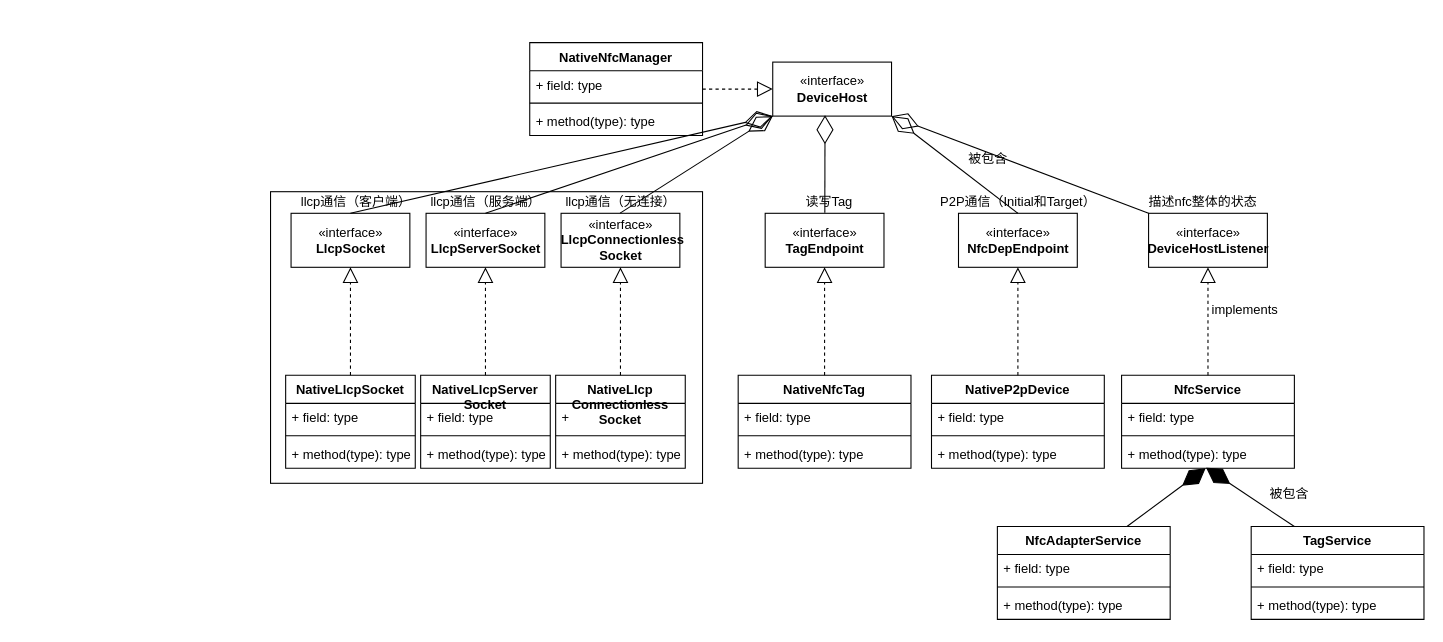
Before: NfcService类图.drawio in SuperSources/draw.io, a draw.io diagram. Source tidied: cells renumbered, new cells numbered last; positions are measured from the earlier drawing's top-left corner, leaving out a move shared by most shapes. Both pictures are drawn from the tidied source at 108%, with x=0, y=0 at pixel (270, 42).
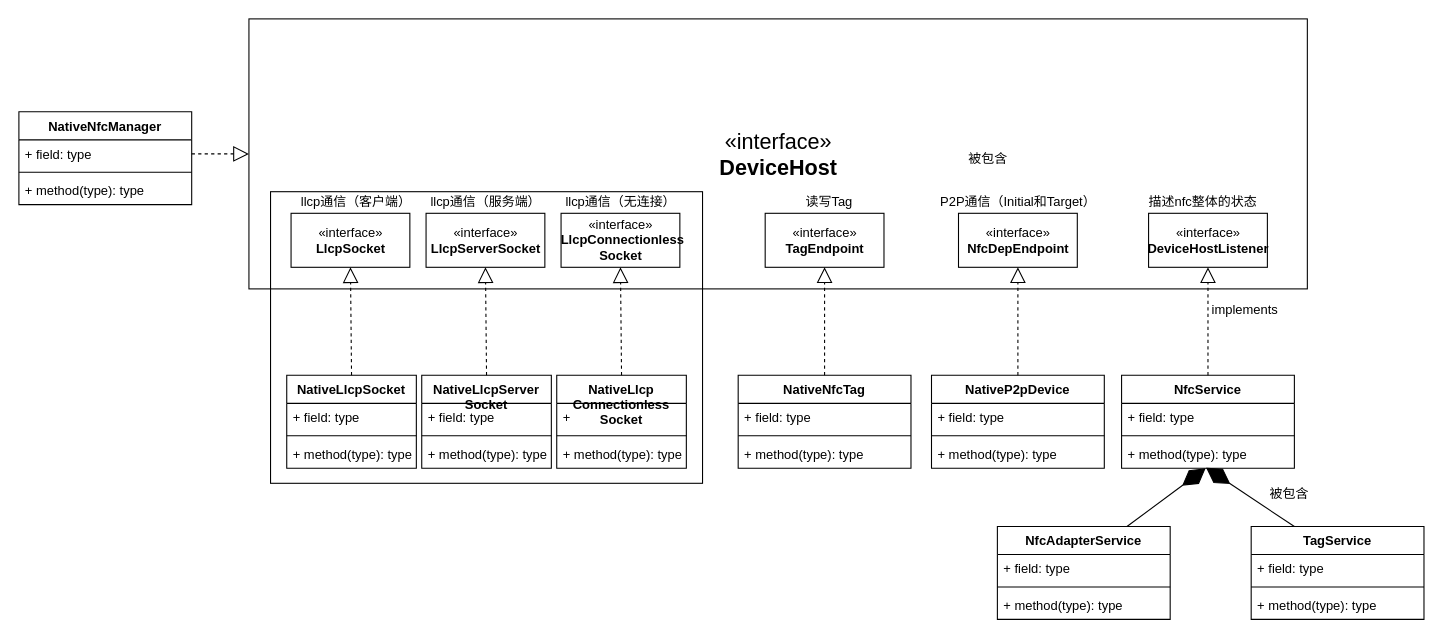
The same page after the edit.

The change refers to these unchanged cells:
```xml
<mxCell id="7" value="«interface»&lt;br&gt;&lt;b&gt;DeviceHostListener&lt;br&gt;&lt;/b&gt;" style="html=1;" parent="1" vertex="1">
  <mxGeometry x="813" y="158" width="110" height="50" as="geometry" />
</mxCell>
<mxCell id="13" value="+ field: type" style="text;strokeColor=none;fillColor=none;align=left;verticalAlign=top;spacingLeft=4;spacingRight=4;overflow=hidden;points=[[0,0.5],[1,0.5]];portConstraint=eastwest;" parent="12" vertex="1">
  <mxGeometry y="26" width="160" height="26" as="geometry" />
</mxCell>
<mxCell id="31" value="«interface»&lt;br&gt;&lt;b&gt;NfcDepEndpoint&lt;/b&gt;" style="html=1;" parent="1" vertex="1">
  <mxGeometry x="637" y="158" width="110" height="50" as="geometry" />
</mxCell>
<mxCell id="35" value="读写Tag" style="text;html=1;align=center;verticalAlign=middle;points=[];fillColor=none;strokeColor=none;rounded=0;" parent="1" vertex="1">
  <mxGeometry x="487" y="138" width="60" height="20" as="geometry" />
</mxCell>
<mxCell id="36" value="llcp通信（无连接）" style="text;html=1;align=center;verticalAlign=middle;points=[];fillColor=none;strokeColor=none;rounded=0;" parent="1" vertex="1">
  <mxGeometry x="264" y="138" width="120" height="20" as="geometry" />
</mxCell>
<mxCell id="49" value="«interface»&lt;br&gt;&lt;b&gt;LlcpServerSocket&lt;/b&gt;" style="html=1;" parent="1" vertex="1">
  <mxGeometry x="144" y="158" width="110" height="50" as="geometry" />
</mxCell>
<mxCell id="50" value="«interface»&lt;br&gt;&lt;b&gt;LlcpSocket&lt;/b&gt;" style="html=1;" parent="1" vertex="1">
  <mxGeometry x="19" y="158" width="110" height="50" as="geometry" />
</mxCell>
```

The edit, as a diff of the source:
```diff
@@
-    <mxCell id="10" value="«interface»&lt;br&gt;&lt;b&gt;DeviceHost&lt;/b&gt;" style="html=1;" parent="1" vertex="1">
-      <mxGeometry x="465" y="18" width="110" height="50" as="geometry" />
+    <mxCell id="10" value="&lt;font style=&quot;font-size: 20px&quot;&gt;«interface»&lt;br&gt;&lt;b&gt;DeviceHost&lt;/b&gt;&lt;/font&gt;" style="html=1;fillColor=none;" parent="1" vertex="1">
+      <mxGeometry x="-20" y="-22" width="980" height="250" as="geometry" />
     </mxCell>
@@
     <mxCell id="12" value="NativeNfcManager" style="swimlane;fontStyle=1;align=center;verticalAlign=top;horizontal=1;startSize=26;" parent="1" vertex="1">
-      <mxGeometry x="240" width="160" height="86" as="geometry" />
+      <mxGeometry x="-233" y="64" width="160" height="86" as="geometry" />
     </mxCell>
@@
-    <mxCell id="16" style="endArrow=block;dashed=1;endFill=0;endSize=12;html=1;rounded=0;entryX=0;entryY=0.5;entryDx=0;entryDy=0;" parent="1" edge="1" target="10">
-      <mxGeometry relative="1" as="geometry">
-        <mxPoint x="400" y="43" as="sourcePoint" />
-      </mxGeometry>
+    <mxCell id="16" style="endArrow=block;dashed=1;endFill=0;endSize=12;html=1;rounded=0;entryX=0;entryY=0.5;entryDx=0;entryDy=0;exitX=1;exitY=0.5;exitDx=0;exitDy=0;" parent="1" edge="1" source="13" target="10">
+      <mxGeometry relative="1" as="geometry" />
     </mxCell>
-    <mxCell id="17" style="endArrow=diamondThin;endFill=0;endSize=24;html=1;rounded=0;entryX=1;entryY=1;entryDx=0;entryDy=0;exitX=0;exitY=0;exitDx=0;exitDy=0;" parent="1" edge="1" source="7" target="10">
-      <mxGeometry relative="1" as="geometry" />
-    </mxCell>
@@
-    <mxCell id="30" style="endArrow=diamondThin;endFill=0;endSize=24;html=1;rounded=0;entryX=0.44;entryY=0.984;entryDx=0;entryDy=0;entryPerimeter=0;exitX=0.437;exitY=0.98;exitDx=0;exitDy=0;exitPerimeter=0;" parent="1" edge="1" source="35" target="10">
-      <mxGeometry relative="1" as="geometry" />
-    </mxCell>
@@
-    <mxCell id="32" style="endArrow=diamondThin;endFill=0;endSize=24;html=1;rounded=0;exitX=0.5;exitY=0;exitDx=0;exitDy=0;entryX=1;entryY=1;entryDx=0;entryDy=0;" parent="1" edge="1" source="31" target="10">
-      <mxGeometry relative="1" as="geometry" />
-    </mxCell>
@@
-    <mxCell id="34" style="endArrow=diamondThin;endFill=0;endSize=24;html=1;rounded=0;exitX=0.497;exitY=0.99;exitDx=0;exitDy=0;entryX=0;entryY=1;entryDx=0;entryDy=0;exitPerimeter=0;" parent="1" edge="1" source="36" target="10">
-      <mxGeometry relative="1" as="geometry" />
-    </mxCell>
@@
-    <mxCell id="51" style="endArrow=diamondThin;endFill=0;endSize=24;html=1;rounded=0;entryX=0;entryY=1;entryDx=0;entryDy=0;exitX=0.5;exitY=0;exitDx=0;exitDy=0;" parent="1" edge="1" source="49" target="10">
-      <mxGeometry relative="1" as="geometry" />
-    </mxCell>
-    <mxCell id="52" style="endArrow=diamondThin;endFill=0;endSize=24;html=1;rounded=0;entryX=0;entryY=1;entryDx=0;entryDy=0;exitX=0.5;exitY=0;exitDx=0;exitDy=0;" parent="1" edge="1" source="50" target="10">
-      <mxGeometry relative="1" as="geometry" />
-    </mxCell>
@@
     <mxCell id="55" value="NativeLlcp&#10;Connectionless&#10;Socket" style="swimlane;fontStyle=1;align=center;verticalAlign=top;horizontal=1;startSize=26;" parent="1" vertex="1">
-      <mxGeometry x="264" y="308" width="120" height="86" as="geometry" />
+      <mxGeometry x="265" y="308" width="120" height="86" as="geometry" />
     </mxCell>
@@
     <mxCell id="59" value="NativeLlcpServer&#10;Socket" style="swimlane;fontStyle=1;align=center;verticalAlign=top;horizontal=1;startSize=26;" parent="1" vertex="1">
-      <mxGeometry x="139" y="308" width="120" height="86" as="geometry" />
+      <mxGeometry x="140" y="308" width="120" height="86" as="geometry" />
     </mxCell>
@@
     <mxCell id="63" value="NativeLlcpSocket" style="swimlane;fontStyle=1;align=center;verticalAlign=top;horizontal=1;startSize=26;" parent="1" vertex="1">
-      <mxGeometry x="14" y="308" width="120" height="86" as="geometry" />
+      <mxGeometry x="15" y="308" width="120" height="86" as="geometry" />
     </mxCell>
```
